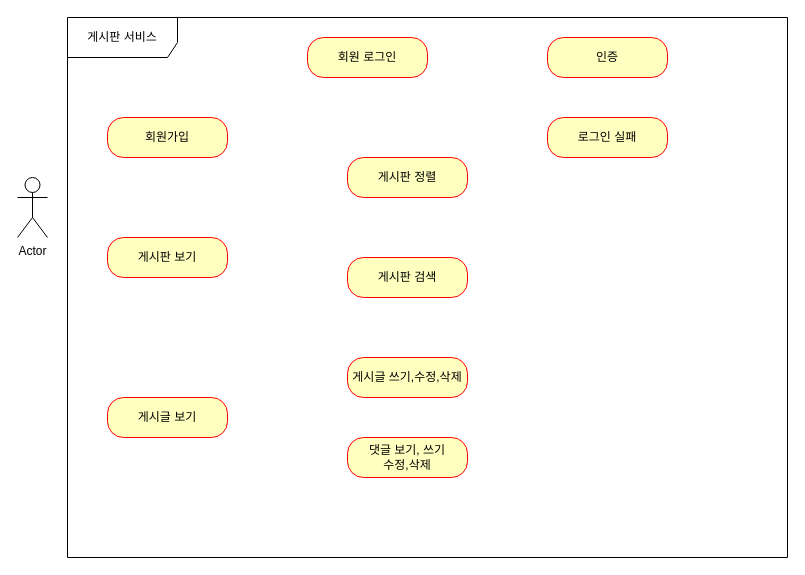
The draw.io diagram document/usecase.drawio in sangjo12/fastcampus-project-board, before the edit. Source tidied: cells renumbered, new cells numbered last; positions are measured from the earlier drawing's top-left corner, leaving out a move shared by most shapes. Both pictures are drawn from the tidied source at 100%, with x=0, y=0 at pixel (17, 17).
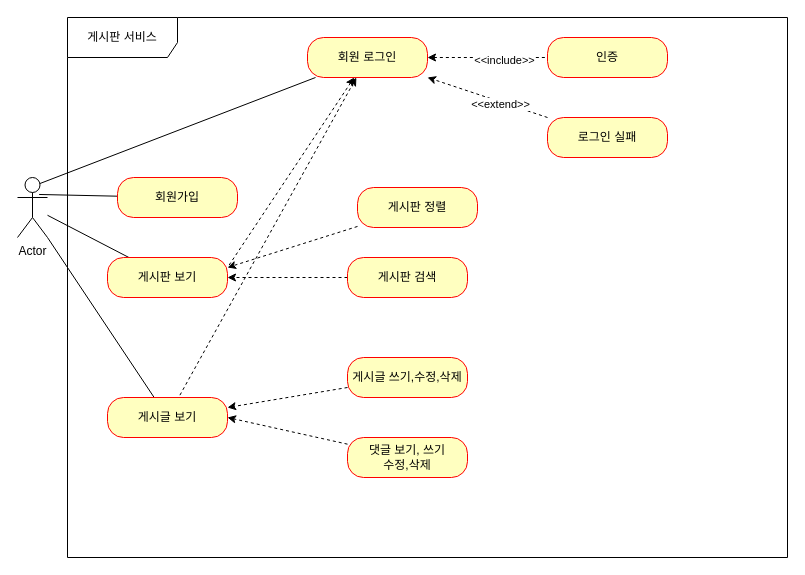
After the change.

Unchanged cells that the change refers to:
```xml
<mxCell id="2" value="Actor" style="shape=umlActor;verticalLabelPosition=bottom;verticalAlign=top;html=1;" parent="1" vertex="1">
  <mxGeometry y="160" width="30" height="60" as="geometry" />
</mxCell>
<mxCell id="6" value="게시글 보기" style="rounded=1;whiteSpace=wrap;html=1;arcSize=40;fontColor=#000000;fillColor=#ffffc0;strokeColor=#ff0000;" parent="1" vertex="1">
  <mxGeometry x="90" y="380" width="120" height="40" as="geometry" />
</mxCell>
<mxCell id="7" value="회원 로그인" style="rounded=1;whiteSpace=wrap;html=1;arcSize=40;fontColor=#000000;fillColor=#ffffc0;strokeColor=#ff0000;" parent="1" vertex="1">
  <mxGeometry x="290" y="20" width="120" height="40" as="geometry" />
</mxCell>
<mxCell id="8" value="인증" style="rounded=1;whiteSpace=wrap;html=1;arcSize=40;fontColor=#000000;fillColor=#ffffc0;strokeColor=#ff0000;" parent="1" vertex="1">
  <mxGeometry x="530" y="20" width="120" height="40" as="geometry" />
</mxCell>
<mxCell id="9" value="로그인 실패" style="rounded=1;whiteSpace=wrap;html=1;arcSize=40;fontColor=#000000;fillColor=#ffffc0;strokeColor=#ff0000;" parent="1" vertex="1">
  <mxGeometry x="530" y="100" width="120" height="40" as="geometry" />
</mxCell>
<mxCell id="11" value="게시판 검색" style="rounded=1;whiteSpace=wrap;html=1;arcSize=40;fontColor=#000000;fillColor=#ffffc0;strokeColor=#ff0000;" parent="1" vertex="1">
  <mxGeometry x="330" y="240" width="120" height="40" as="geometry" />
</mxCell>
<mxCell id="12" value="게시글 쓰기,수정,삭제" style="rounded=1;whiteSpace=wrap;html=1;arcSize=40;fontColor=#000000;fillColor=#ffffc0;strokeColor=#ff0000;" parent="1" vertex="1">
  <mxGeometry x="330" y="340" width="120" height="40" as="geometry" />
</mxCell>
<mxCell id="13" value="댓글 보기, 쓰기&lt;br&gt;수정,삭제" style="rounded=1;whiteSpace=wrap;html=1;arcSize=40;fontColor=#000000;fillColor=#ffffc0;strokeColor=#ff0000;" parent="1" vertex="1">
  <mxGeometry x="330" y="420" width="120" height="40" as="geometry" />
</mxCell>
```

Diff of the diagram source:
```diff
@@
+    <mxCell id="14" style="rounded=0;jettySize=auto;html=1;entryX=0.72;entryY=0.283;entryDx=0;entryDy=0;entryPerimeter=0;endArrow=none;endFill=0;" parent="1" edge="1" source="4" target="2">
+      <mxGeometry relative="1" as="geometry" />
+    </mxCell>
     <mxCell id="4" value="회원가입" style="rounded=1;whiteSpace=wrap;html=1;arcSize=40;fontColor=#000000;fillColor=#ffffc0;strokeColor=#ff0000;" parent="1" vertex="1">
-      <mxGeometry x="90" y="100" width="120" height="40" as="geometry" />
+      <mxGeometry x="100" y="160" width="120" height="40" as="geometry" />
     </mxCell>
+    <mxCell id="15" style="edgeStyle=none;rounded=0;jettySize=auto;html=1;endArrow=none;endFill=0;" parent="1" edge="1" source="5" target="2">
+      <mxGeometry relative="1" as="geometry" />
+    </mxCell>
     <mxCell id="5" value="게시판 보기" style="rounded=1;whiteSpace=wrap;html=1;arcSize=40;fontColor=#000000;fillColor=#ffffc0;strokeColor=#ff0000;" parent="1" vertex="1">
-      <mxGeometry x="90" y="220" width="120" height="40" as="geometry" />
+      <mxGeometry x="90" y="240" width="120" height="40" as="geometry" />
     </mxCell>
+    <mxCell id="16" style="edgeStyle=none;rounded=0;jettySize=auto;html=1;entryX=1;entryY=1;entryDx=0;entryDy=0;entryPerimeter=0;endArrow=none;endFill=0;" parent="1" edge="1" source="6" target="2">
+      <mxGeometry relative="1" as="geometry" />
+    </mxCell>
@@
+    <mxCell id="17" style="edgeStyle=none;rounded=0;jettySize=auto;html=1;entryX=0.75;entryY=0.1;entryDx=0;entryDy=0;entryPerimeter=0;endArrow=none;endFill=0;" parent="1" edge="1" source="7" target="2">
+      <mxGeometry relative="1" as="geometry" />
+    </mxCell>
+    <mxCell id="18" style="edgeStyle=none;rounded=0;jettySize=auto;html=1;endArrow=none;endFill=0;dashed=1;startArrow=classic;startFill=1;" parent="1" edge="1" source="7" target="8">
+      <mxGeometry relative="1" as="geometry" />
+    </mxCell>
+    <mxCell id="19" value="&amp;lt;&amp;lt;include&amp;gt;&amp;gt;" style="edgeLabel;html=1;align=center;verticalAlign=middle;" parent="18" vertex="1">
+      <mxGeometry x="0.26" y="-2" relative="1" as="geometry" />
+    </mxCell>
+    <mxCell id="20" style="edgeStyle=none;rounded=0;jettySize=auto;html=1;entryX=1;entryY=0.25;entryDx=0;entryDy=0;endArrow=none;endFill=0;dashed=1;startArrow=classic;startFill=1;" parent="1" edge="1" source="7" target="5">
+      <mxGeometry relative="1" as="geometry" />
+    </mxCell>
+    <mxCell id="21" style="edgeStyle=none;rounded=0;jettySize=auto;html=1;endArrow=none;endFill=0;dashed=1;startArrow=classic;startFill=1;" parent="1" edge="1" source="7" target="6">
+      <mxGeometry relative="1" as="geometry" />
+    </mxCell>
@@
+    <mxCell id="22" style="edgeStyle=none;rounded=0;jettySize=auto;html=1;endArrow=classic;endFill=1;dashed=1;startArrow=none;startFill=0;" parent="1" edge="1" source="9" target="7">
+      <mxGeometry relative="1" as="geometry" />
+    </mxCell>
+    <mxCell id="23" value="&amp;lt;&amp;lt;extend&amp;gt;&amp;gt;" style="edgeLabel;html=1;align=center;verticalAlign=middle;" parent="22" vertex="1">
+      <mxGeometry x="-0.22" y="2" relative="1" as="geometry" />
+    </mxCell>
@@
+    <mxCell id="24" style="edgeStyle=none;rounded=0;jettySize=auto;html=1;dashed=1;endArrow=classic;endFill=1;" parent="1" edge="1" source="10">
+      <mxGeometry relative="1" as="geometry">
+        <mxPoint x="210" y="250" as="targetPoint" />
+      </mxGeometry>
+    </mxCell>
     <mxCell id="10" value="게시판 정렬" style="rounded=1;whiteSpace=wrap;html=1;arcSize=40;fontColor=#000000;fillColor=#ffffc0;strokeColor=#ff0000;" parent="1" vertex="1">
-      <mxGeometry x="330" y="140" width="120" height="40" as="geometry" />
+      <mxGeometry x="340" y="170" width="120" height="40" as="geometry" />
     </mxCell>
+    <mxCell id="25" style="edgeStyle=none;rounded=0;jettySize=auto;html=1;entryX=1;entryY=0.5;entryDx=0;entryDy=0;dashed=1;endArrow=classic;endFill=1;" parent="1" edge="1" source="11" target="5">
+      <mxGeometry relative="1" as="geometry" />
+    </mxCell>
@@
+    <mxCell id="26" style="edgeStyle=none;rounded=0;jettySize=auto;html=1;entryX=1;entryY=0.25;entryDx=0;entryDy=0;dashed=1;startArrow=none;startFill=0;endArrow=classic;endFill=1;" parent="1" edge="1" source="12" target="6">
+      <mxGeometry relative="1" as="geometry" />
+    </mxCell>
@@
+    <mxCell id="27" style="edgeStyle=none;rounded=0;jettySize=auto;html=1;entryX=1;entryY=0.5;entryDx=0;entryDy=0;dashed=1;startArrow=none;startFill=0;endArrow=classic;endFill=1;" parent="1" edge="1" source="13" target="6">
+      <mxGeometry relative="1" as="geometry" />
+    </mxCell>
```
